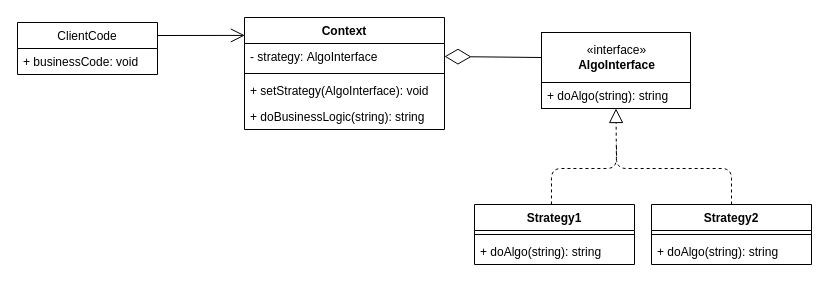
Above: Behavior/Strategy/UML Strategy .drawio in devlubinets/todo (draw.io), before the change. Source tidied: cells renumbered, new cells numbered last; positions are measured from the earlier drawing's top-left corner, leaving out a move shared by most shapes. Both pictures are drawn from the tidied source at 100%, with x=0, y=0 at pixel (17, 17).
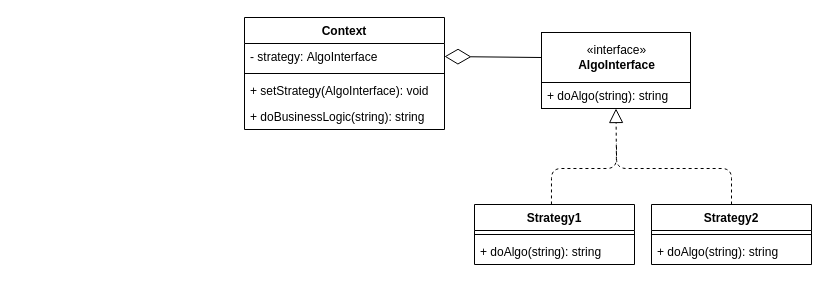
After the change.

Commit message (it also covers changes not shown here):
Обновил UML диаграмму

The change refers to these unchanged cells:
```xml
<mxCell id="4" value="Context" style="swimlane;fontStyle=1;align=center;verticalAlign=top;horizontal=1;startSize=26;" parent="1" vertex="1">
  <mxGeometry x="227" width="200" height="112" as="geometry" />
</mxCell>
```

Change to the diagram source:
```diff
@@
-    <mxCell id="2" value="ClientCode" style="swimlane;fontStyle=0;horizontal=1;startSize=26;fillColor=none;" parent="1" vertex="1">
-      <mxGeometry y="5" width="140" height="52" as="geometry" />
-    </mxCell>
-    <mxCell id="3" value="+ businessCode: void" style="text;strokeColor=none;fillColor=none;align=left;verticalAlign=top;spacingLeft=4;spacingRight=4;overflow=hidden;" parent="2" vertex="1">
-      <mxGeometry y="26" width="140" height="26" as="geometry" />
-    </mxCell>
@@
-    <mxCell id="13" style="endArrow=open;endFill=1;endSize=12;html=1;exitX=1;exitY=0.25;exitDx=0;exitDy=0;entryX=0.002;entryY=0.16;entryDx=0;entryDy=0;entryPerimeter=0;" parent="1" edge="1" source="2" target="4">
-      <mxGeometry relative="1" as="geometry" />
-    </mxCell>
```
